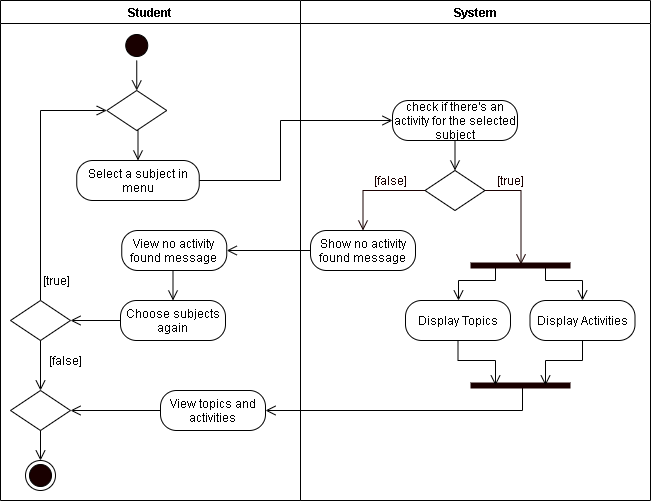
Before: REVISIONS/UML-DIAGRAMS/7-04-2021/ACTIVITY DIAGRAM/23-Open Subjects.png, a diagram exported from draw.io (mrklglsn/CAPSTONE-FILES). Source tidied: cells renumbered, new cells last; positions are measured from the earlier drawing's top-left corner, leaving out a move shared by most shapes.
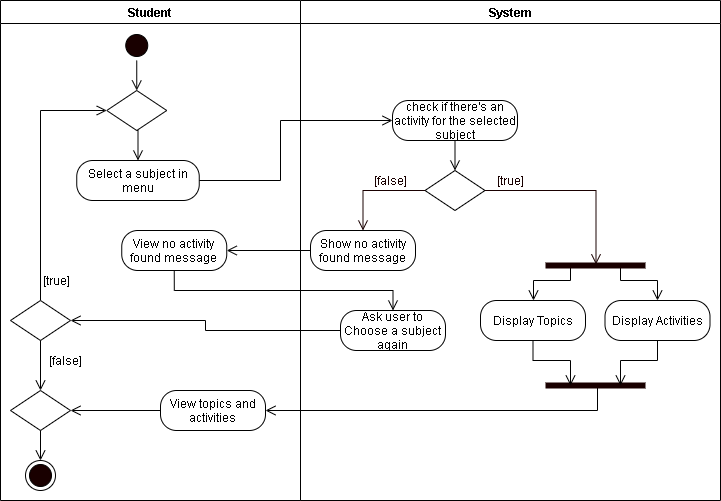
Later version of the same file.

What changed in the source:
```diff
@@ -54,7 +54,7 @@
       <mxGeometry x="40" y="350" width="50" height="20" as="geometry" />
     </mxCell>
     <mxCell id="19" value="System" style="swimlane;" parent="1" vertex="1">
-      <mxGeometry x="300" width="350" height="500" as="geometry" />
+      <mxGeometry x="300" width="420" height="500" as="geometry" />
     </mxCell>
     <mxCell id="20" style="rhombus;whiteSpace=wrap;html=1;" parent="19" vertex="1">
       <mxGeometry x="124.5" y="170" width="60" height="40" as="geometry" />
@@ -77,27 +77,27 @@
     <mxCell id="26" style="edgeStyle=orthogonalEdgeStyle;rounded=0;jettySize=auto;html=1;exitX=0.75;exitY=0.5;exitDx=0;exitDy=0;exitPerimeter=0;entryX=0.5;entryY=0;entryDx=0;entryDy=0;endArrow=open;endFill=0;endSize=8;" parent="19" edge="1" source="28" target="30">
       <mxGeometry relative="1" as="geometry">
         <Array as="points">
-          <mxPoint x="245" y="280" />
-          <mxPoint x="282" y="280" />
+          <mxPoint x="320" y="280" />
+          <mxPoint x="357" y="280" />
         </Array>
       </mxGeometry>
     </mxCell>
     <mxCell id="27" style="edgeStyle=orthogonalEdgeStyle;rounded=0;jettySize=auto;html=1;exitX=0.25;exitY=0.5;exitDx=0;exitDy=0;exitPerimeter=0;endArrow=open;endFill=0;endSize=8;" parent="19" edge="1" source="28" target="29">
       <mxGeometry relative="1" as="geometry">
         <Array as="points">
-          <mxPoint x="195" y="280" />
-          <mxPoint x="158" y="280" />
+          <mxPoint x="270" y="280" />
+          <mxPoint x="233" y="280" />
         </Array>
       </mxGeometry>
     </mxCell>
     <mxCell id="28" style="shape=line;html=1;strokeWidth=6;strokeColor=#190000;" parent="19" vertex="1">
-      <mxGeometry x="170" y="260" width="100" height="10" as="geometry" />
+      <mxGeometry x="245" y="260" width="100" height="10" as="geometry" />
     </mxCell>
     <mxCell id="29" value="Display Topics" style="rounded=1;whiteSpace=wrap;html=1;arcSize=40;" parent="19" vertex="1">
-      <mxGeometry x="105" y="300" width="105" height="40" as="geometry" />
+      <mxGeometry x="180" y="300" width="105" height="40" as="geometry" />
     </mxCell>
     <mxCell id="30" value="Display Activities" style="rounded=1;whiteSpace=wrap;html=1;arcSize=40;" parent="19" vertex="1">
-      <mxGeometry x="229.5" y="300" width="105" height="40" as="geometry" />
+      <mxGeometry x="304.5" y="300" width="105" height="40" as="geometry" />
     </mxCell>
     <mxCell id="31" style="edgeStyle=orthogonalEdgeStyle;rounded=0;jettySize=auto;html=1;exitX=0.5;exitY=1;exitDx=0;exitDy=0;entryX=0.5;entryY=0;entryDx=0;entryDy=0;endArrow=open;endFill=0;endSize=8;" parent="19" edge="1" source="32" target="20">
       <mxGeometry relative="1" as="geometry" />
@@ -105,6 +105,9 @@
     <mxCell id="32" value="check if there's an activity for the selected subject" style="rounded=1;whiteSpace=wrap;html=1;arcSize=40;" parent="19" vertex="1">
       <mxGeometry x="92" y="100" width="125" height="40" as="geometry" />
     </mxCell>
+    <mxCell id="39" value="Ask user to Choose a subject again" style="rounded=1;whiteSpace=wrap;html=1;arcSize=40;" parent="19" vertex="1">
+      <mxGeometry x="40" y="310" width="105" height="40" as="geometry" />
+    </mxCell>
     <mxCell id="33" style="edgeStyle=orthogonalEdgeStyle;rounded=0;jettySize=auto;html=1;exitX=1;exitY=0.5;exitDx=0;exitDy=0;entryX=0;entryY=0.5;entryDx=0;entryDy=0;endArrow=open;endFill=0;endSize=8;" parent="1" edge="1" source="5" target="32">
       <mxGeometry relative="1" as="geometry">
         <Array as="points">
@@ -116,12 +119,12 @@
     <mxCell id="34" style="edgeStyle=orthogonalEdgeStyle;rounded=0;jettySize=auto;html=1;exitX=0.52;exitY=0.7;exitDx=0;exitDy=0;exitPerimeter=0;entryX=1;entryY=0.5;entryDx=0;entryDy=0;endArrow=open;endFill=0;endSize=8;" parent="1" edge="1" source="35" target="12">
       <mxGeometry relative="1" as="geometry">
         <Array as="points">
-          <mxPoint x="522" y="410" />
+          <mxPoint x="597" y="410" />
         </Array>
       </mxGeometry>
     </mxCell>
     <mxCell id="35" style="shape=line;html=1;strokeWidth=6;strokeColor=#190000;" parent="1" vertex="1">
-      <mxGeometry x="470" y="380" width="100" height="10" as="geometry" />
+      <mxGeometry x="545" y="380" width="100" height="10" as="geometry" />
     </mxCell>
     <mxCell id="36" style="edgeStyle=orthogonalEdgeStyle;rounded=0;jettySize=auto;html=1;exitX=0.5;exitY=1;exitDx=0;exitDy=0;entryX=0.25;entryY=0.5;entryDx=0;entryDy=0;entryPerimeter=0;endArrow=open;endFill=0;endSize=8;" parent="1" edge="1" source="29" target="35">
       <mxGeometry relative="1" as="geometry" />
@@ -132,9 +135,6 @@
     <mxCell id="38" style="edgeStyle=orthogonalEdgeStyle;rounded=0;jettySize=auto;html=1;exitX=0;exitY=0.5;exitDx=0;exitDy=0;entryX=1;entryY=0.5;entryDx=0;entryDy=0;endArrow=open;endFill=0;endSize=8;" parent="1" edge="1" source="39" target="9">
       <mxGeometry relative="1" as="geometry" />
     </mxCell>
-    <mxCell id="39" value="Choose subjects again" style="rounded=1;whiteSpace=wrap;html=1;arcSize=40;" parent="1" vertex="1">
-      <mxGeometry x="120" y="300" width="105" height="40" as="geometry" />
-    </mxCell>
     <mxCell id="40" style="edgeStyle=orthogonalEdgeStyle;rounded=0;jettySize=auto;html=1;exitX=0.5;exitY=1;exitDx=0;exitDy=0;entryX=0.5;entryY=0;entryDx=0;entryDy=0;endArrow=open;endFill=0;endSize=8;" parent="1" edge="1" source="17" target="39">
       <mxGeometry relative="1" as="geometry" />
     </mxCell>
```
